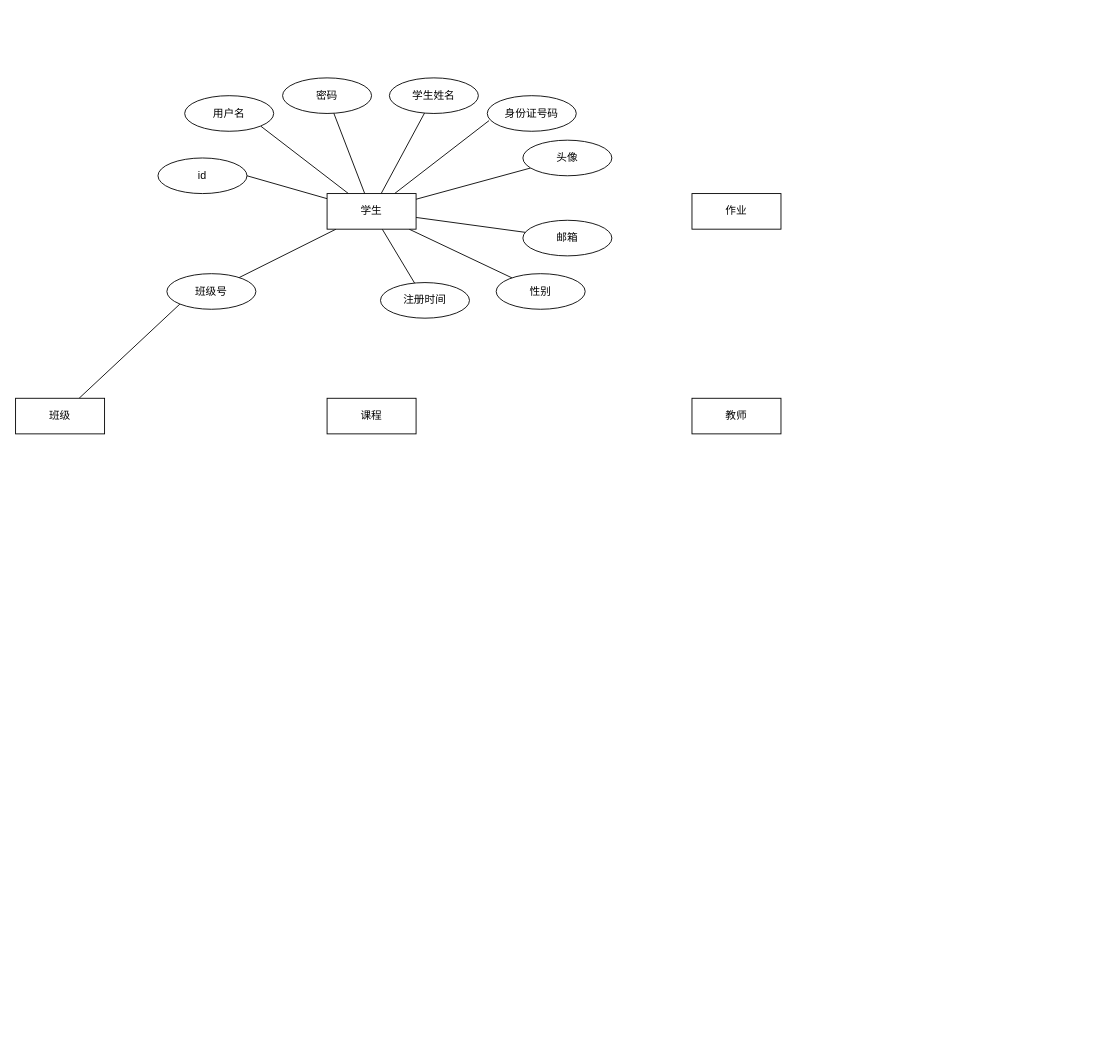
Above: imgs/系统E-R图.drawio in jaclkliao/imgs (draw.io), before the change. Source tidied: cells renumbered, new cells numbered last; positions are measured from the earlier drawing's top-left corner, leaving out a move shared by most shapes. Both pictures are drawn from the tidied source at 89%, with x=0, y=0 at pixel (15, 77).
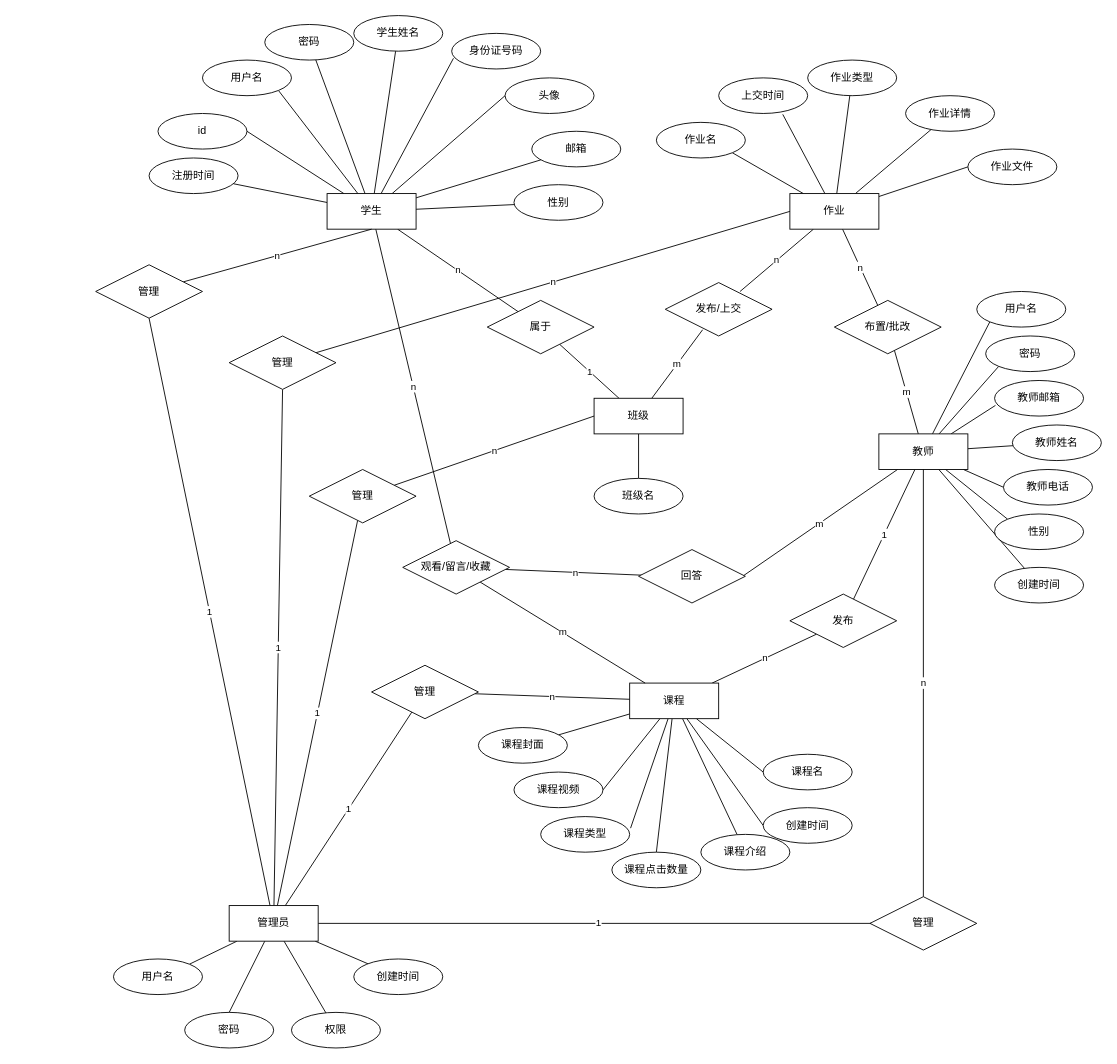
The same diagram, later.

Commit message (it also covers changes not shown here):
更新系统E-R图.drawio

The change refers to these unchanged cells:
```xml
<mxCell id="12" value="学生" style="whiteSpace=wrap;html=1;align=center;" parent="1" vertex="1">
  <mxGeometry x="350" y="130" width="100" height="40" as="geometry" />
</mxCell>
```

The edit, as a diff of the source:
```diff
@@
-    <mxCell id="7" style="edgeStyle=none;rounded=0;jettySize=auto;html=1;endArrow=none;endFill=0;" parent="1" edge="1" source="12" target="21">
+    <mxCell id="7" style="edgeStyle=none;rounded=0;jettySize=auto;html=1;endArrow=none;endFill=0;entryX=0;entryY=0.5;entryDx=0;entryDy=0;" parent="1" edge="1" source="12" target="21">
       <mxGeometry relative="1" as="geometry" />
     </mxCell>
-    <mxCell id="8" style="edgeStyle=none;rounded=0;jettySize=auto;html=1;endArrow=none;endFill=0;" parent="1" edge="1" source="12" target="22">
+    <mxCell id="8" value="n" style="edgeStyle=none;rounded=0;jettySize=auto;html=1;endArrow=none;endFill=0;" parent="1" edge="1" source="12" target="56">
       <mxGeometry relative="1" as="geometry" />
     </mxCell>
@@
+    <mxCell id="28" value="n" style="edgeStyle=none;rounded=0;jettySize=auto;html=1;endArrow=none;endFill=0;" parent="1" edge="1" source="12" target="80">
+      <mxGeometry relative="1" as="geometry" />
+    </mxCell>
@@
+    <mxCell id="29" style="edgeStyle=none;rounded=0;jettySize=auto;html=1;endArrow=none;endFill=0;" parent="1" edge="1" source="13" target="82">
+      <mxGeometry relative="1" as="geometry" />
+    </mxCell>
+    <mxCell id="30" style="edgeStyle=none;rounded=0;jettySize=auto;html=1;entryX=1;entryY=0.5;entryDx=0;entryDy=0;endArrow=none;endFill=0;" parent="1" edge="1" source="13" target="83">
+      <mxGeometry relative="1" as="geometry" />
+    </mxCell>
+    <mxCell id="31" style="edgeStyle=none;rounded=0;jettySize=auto;html=1;entryX=1.01;entryY=0.325;entryDx=0;entryDy=0;entryPerimeter=0;endArrow=none;endFill=0;" parent="1" edge="1" source="13" target="84">
+      <mxGeometry relative="1" as="geometry" />
+    </mxCell>
+    <mxCell id="32" style="edgeStyle=none;rounded=0;jettySize=auto;html=1;entryX=0.5;entryY=0;entryDx=0;entryDy=0;endArrow=none;endFill=0;" parent="1" edge="1" source="13" target="85">
+      <mxGeometry relative="1" as="geometry" />
+    </mxCell>
+    <mxCell id="33" style="edgeStyle=none;rounded=0;jettySize=auto;html=1;endArrow=none;endFill=0;" parent="1" edge="1" source="13" target="86">
+      <mxGeometry relative="1" as="geometry" />
+    </mxCell>
+    <mxCell id="34" style="edgeStyle=none;rounded=0;jettySize=auto;html=1;entryX=0;entryY=0.5;entryDx=0;entryDy=0;endArrow=none;endFill=0;" parent="1" edge="1" source="13" target="87">
+      <mxGeometry relative="1" as="geometry" />
+    </mxCell>
+    <mxCell id="35" style="edgeStyle=none;rounded=0;jettySize=auto;html=1;entryX=0;entryY=0.5;entryDx=0;entryDy=0;endArrow=none;endFill=0;" parent="1" edge="1" source="13" target="81">
+      <mxGeometry relative="1" as="geometry" />
+    </mxCell>
+    <mxCell id="36" value="n" style="edgeStyle=none;rounded=0;jettySize=auto;html=1;entryX=0;entryY=1;entryDx=0;entryDy=0;endArrow=none;endFill=0;" parent="1" edge="1" source="13" target="88">
+      <mxGeometry relative="1" as="geometry" />
+    </mxCell>
     <mxCell id="13" value="课程" style="whiteSpace=wrap;html=1;align=center;" parent="1" vertex="1">
-      <mxGeometry x="350" y="360" width="100" height="40" as="geometry" />
+      <mxGeometry x="690" y="680" width="100" height="40" as="geometry" />
     </mxCell>
+    <mxCell id="37" value="m" style="edgeStyle=none;rounded=0;jettySize=auto;html=1;endArrow=none;endFill=0;" parent="1" edge="1" source="14" target="57">
+      <mxGeometry relative="1" as="geometry" />
+    </mxCell>
+    <mxCell id="38" value="1" style="edgeStyle=none;rounded=0;jettySize=auto;html=1;endArrow=none;endFill=0;" parent="1" edge="1" source="14" target="88">
+      <mxGeometry relative="1" as="geometry" />
+    </mxCell>
+    <mxCell id="39" style="edgeStyle=none;rounded=0;jettySize=auto;html=1;entryX=0;entryY=1;entryDx=0;entryDy=0;endArrow=none;endFill=0;" parent="1" edge="1" source="14" target="89">
+      <mxGeometry relative="1" as="geometry" />
+    </mxCell>
+    <mxCell id="40" style="edgeStyle=none;rounded=0;jettySize=auto;html=1;entryX=0;entryY=1;entryDx=0;entryDy=0;endArrow=none;endFill=0;" parent="1" edge="1" source="14" target="90">
+      <mxGeometry relative="1" as="geometry" />
+    </mxCell>
+    <mxCell id="41" style="edgeStyle=none;rounded=0;jettySize=auto;html=1;entryX=0.01;entryY=0.7;entryDx=0;entryDy=0;entryPerimeter=0;endArrow=none;endFill=0;" parent="1" edge="1" source="14" target="94">
+      <mxGeometry relative="1" as="geometry" />
+    </mxCell>
+    <mxCell id="42" style="edgeStyle=none;rounded=0;jettySize=auto;html=1;endArrow=none;endFill=0;" parent="1" edge="1" source="14" target="91">
+      <mxGeometry relative="1" as="geometry" />
+    </mxCell>
+    <mxCell id="43" style="edgeStyle=none;rounded=0;jettySize=auto;html=1;entryX=0;entryY=0.5;entryDx=0;entryDy=0;endArrow=none;endFill=0;" parent="1" edge="1" source="14" target="92">
+      <mxGeometry relative="1" as="geometry" />
+    </mxCell>
+    <mxCell id="44" style="edgeStyle=none;rounded=0;jettySize=auto;html=1;entryX=0;entryY=0;entryDx=0;entryDy=0;endArrow=none;endFill=0;" parent="1" edge="1" source="14" target="93">
+      <mxGeometry relative="1" as="geometry" />
+    </mxCell>
+    <mxCell id="45" style="edgeStyle=none;rounded=0;jettySize=auto;html=1;endArrow=none;endFill=0;" parent="1" edge="1" source="14" target="95">
+      <mxGeometry relative="1" as="geometry" />
+    </mxCell>
+    <mxCell id="46" value="m" style="edgeStyle=none;rounded=0;jettySize=auto;html=1;entryX=0.95;entryY=0.533;entryDx=0;entryDy=0;entryPerimeter=0;endArrow=none;endFill=0;" parent="1" edge="1" source="14" target="97">
+      <mxGeometry relative="1" as="geometry" />
+    </mxCell>
     <mxCell id="14" value="教师" style="whiteSpace=wrap;html=1;align=center;" parent="1" vertex="1">
-      <mxGeometry x="760" y="360" width="100" height="40" as="geometry" />
+      <mxGeometry x="970" y="400" width="100" height="40" as="geometry" />
     </mxCell>
+    <mxCell id="47" value="n" style="edgeStyle=none;rounded=0;jettySize=auto;html=1;endArrow=none;endFill=0;" parent="1" edge="1" source="15" target="57">
+      <mxGeometry relative="1" as="geometry" />
+    </mxCell>
+    <mxCell id="48" value="n" style="edgeStyle=none;rounded=0;jettySize=auto;html=1;entryX=0.7;entryY=0.167;entryDx=0;entryDy=0;entryPerimeter=0;endArrow=none;endFill=0;" parent="1" edge="1" source="15" target="63">
+      <mxGeometry relative="1" as="geometry" />
+    </mxCell>
+    <mxCell id="49" style="edgeStyle=none;rounded=0;jettySize=auto;html=1;entryX=1;entryY=1;entryDx=0;entryDy=0;endArrow=none;endFill=0;" parent="1" edge="1" source="15" target="62">
+      <mxGeometry relative="1" as="geometry" />
+    </mxCell>
+    <mxCell id="50" style="edgeStyle=none;rounded=0;jettySize=auto;html=1;entryX=0.72;entryY=1.025;entryDx=0;entryDy=0;entryPerimeter=0;endArrow=none;endFill=0;" parent="1" edge="1" source="15" target="59">
+      <mxGeometry relative="1" as="geometry" />
+    </mxCell>
+    <mxCell id="51" style="edgeStyle=none;rounded=0;jettySize=auto;html=1;endArrow=none;endFill=0;" parent="1" edge="1" source="15" target="58">
+      <mxGeometry relative="1" as="geometry" />
+    </mxCell>
+    <mxCell id="52" style="edgeStyle=none;rounded=0;jettySize=auto;html=1;endArrow=none;endFill=0;" parent="1" edge="1" source="15" target="60">
+      <mxGeometry relative="1" as="geometry" />
+    </mxCell>
+    <mxCell id="53" style="edgeStyle=none;rounded=0;jettySize=auto;html=1;entryX=0;entryY=0.5;entryDx=0;entryDy=0;endArrow=none;endFill=0;" parent="1" edge="1" source="15" target="61">
+      <mxGeometry relative="1" as="geometry" />
+    </mxCell>
     <mxCell id="15" value="作业" style="whiteSpace=wrap;html=1;align=center;" parent="1" vertex="1">
-      <mxGeometry x="760" y="130" width="100" height="40" as="geometry" />
+      <mxGeometry x="870" y="130" width="100" height="40" as="geometry" />
     </mxCell>
     <mxCell id="16" value="id" style="ellipse;whiteSpace=wrap;html=1;align=center;" parent="1" vertex="1">
-      <mxGeometry x="160" y="90" width="100" height="40" as="geometry" />
+      <mxGeometry x="160" y="40" width="100" height="40" as="geometry" />
     </mxCell>
     <mxCell id="17" value="用户名" style="ellipse;whiteSpace=wrap;html=1;align=center;" parent="1" vertex="1">
-      <mxGeometry x="190" y="20" width="100" height="40" as="geometry" />
+      <mxGeometry x="210" y="-20" width="100" height="40" as="geometry" />
     </mxCell>
     <mxCell id="18" value="密码" style="ellipse;whiteSpace=wrap;html=1;align=center;" parent="1" vertex="1">
-      <mxGeometry x="300" width="100" height="40" as="geometry" />
+      <mxGeometry x="280" y="-60" width="100" height="40" as="geometry" />
     </mxCell>
     <mxCell id="19" value="学生姓名" style="ellipse;whiteSpace=wrap;html=1;align=center;" parent="1" vertex="1">
-      <mxGeometry x="420" width="100" height="40" as="geometry" />
+      <mxGeometry x="380" y="-70" width="100" height="40" as="geometry" />
     </mxCell>
     <mxCell id="20" value="身份证号码" style="ellipse;whiteSpace=wrap;html=1;align=center;" parent="1" vertex="1">
-      <mxGeometry x="530" y="20" width="100" height="40" as="geometry" />
+      <mxGeometry x="490" y="-50" width="100" height="40" as="geometry" />
     </mxCell>
     <mxCell id="21" value="头像" style="ellipse;whiteSpace=wrap;html=1;align=center;" parent="1" vertex="1">
-      <mxGeometry x="570" y="70" width="100" height="40" as="geometry" />
+      <mxGeometry x="550" width="100" height="40" as="geometry" />
     </mxCell>
-    <mxCell id="22" value="班级号" style="ellipse;whiteSpace=wrap;html=1;align=center;" parent="1" vertex="1">
-      <mxGeometry x="170" y="220" width="100" height="40" as="geometry" />
-    </mxCell>
     <mxCell id="23" value="性别" style="ellipse;whiteSpace=wrap;html=1;align=center;" parent="1" vertex="1">
-      <mxGeometry x="540" y="220" width="100" height="40" as="geometry" />
+      <mxGeometry x="560" y="120" width="100" height="40" as="geometry" />
     </mxCell>
     <mxCell id="24" value="邮箱" style="ellipse;whiteSpace=wrap;html=1;align=center;" parent="1" vertex="1">
-      <mxGeometry x="570" y="160" width="100" height="40" as="geometry" />
+      <mxGeometry x="580" y="60" width="100" height="40" as="geometry" />
     </mxCell>
     <mxCell id="25" value="注册时间" style="ellipse;whiteSpace=wrap;html=1;align=center;" parent="1" vertex="1">
-      <mxGeometry x="410" y="230" width="100" height="40" as="geometry" />
+      <mxGeometry x="150" y="90" width="100" height="40" as="geometry" />
     </mxCell>
-    <mxCell id="26" style="edgeStyle=none;rounded=0;jettySize=auto;html=1;entryX=0;entryY=1;entryDx=0;entryDy=0;endArrow=none;endFill=0;" parent="1" edge="1" source="27" target="22">
+    <mxCell id="26" value="1" style="edgeStyle=none;rounded=0;jettySize=auto;html=1;endArrow=none;endFill=0;" parent="1" edge="1" source="27" target="56">
       <mxGeometry relative="1" as="geometry" />
     </mxCell>
+    <mxCell id="54" value="m" style="edgeStyle=none;rounded=0;jettySize=auto;html=1;entryX=0.35;entryY=0.883;entryDx=0;entryDy=0;endArrow=none;endFill=0;entryPerimeter=0;" parent="1" edge="1" source="27" target="63">
+      <mxGeometry relative="1" as="geometry" />
+    </mxCell>
+    <mxCell id="55" style="edgeStyle=none;rounded=0;jettySize=auto;html=1;entryX=0.5;entryY=0;entryDx=0;entryDy=0;endArrow=none;endFill=0;" parent="1" edge="1" source="27" target="96">
+      <mxGeometry relative="1" as="geometry" />
+    </mxCell>
     <mxCell id="27" value="班级" style="whiteSpace=wrap;html=1;align=center;" parent="1" vertex="1">
-      <mxGeometry y="360" width="100" height="40" as="geometry" />
+      <mxGeometry x="650" y="360" width="100" height="40" as="geometry" />
     </mxCell>
+    <mxCell id="56" value="属于" style="shape=rhombus;perimeter=rhombusPerimeter;whiteSpace=wrap;html=1;align=center;" parent="1" vertex="1">
+      <mxGeometry x="530" y="250" width="120" height="60" as="geometry" />
+    </mxCell>
+    <mxCell id="57" value="布置/批改" style="shape=rhombus;perimeter=rhombusPerimeter;whiteSpace=wrap;html=1;align=center;" parent="1" vertex="1">
+      <mxGeometry x="920" y="250" width="120" height="60" as="geometry" />
+    </mxCell>
+    <mxCell id="58" value="作业类型" style="ellipse;whiteSpace=wrap;html=1;align=center;" parent="1" vertex="1">
+      <mxGeometry x="890" y="-20" width="100" height="40" as="geometry" />
+    </mxCell>
+    <mxCell id="59" value="上交时间" style="ellipse;whiteSpace=wrap;html=1;align=center;" parent="1" vertex="1">
+      <mxGeometry x="790" width="100" height="40" as="geometry" />
+    </mxCell>
+    <mxCell id="60" value="作业详情" style="ellipse;whiteSpace=wrap;html=1;align=center;" parent="1" vertex="1">
+      <mxGeometry x="1000" y="20" width="100" height="40" as="geometry" />
+    </mxCell>
+    <mxCell id="61" value="作业文件" style="ellipse;whiteSpace=wrap;html=1;align=center;" parent="1" vertex="1">
+      <mxGeometry x="1070" y="80" width="100" height="40" as="geometry" />
+    </mxCell>
+    <mxCell id="62" value="作业名" style="ellipse;whiteSpace=wrap;html=1;align=center;" parent="1" vertex="1">
+      <mxGeometry x="720" y="50" width="100" height="40" as="geometry" />
+    </mxCell>
+    <mxCell id="63" value="发布/上交" style="shape=rhombus;perimeter=rhombusPerimeter;whiteSpace=wrap;html=1;align=center;" parent="1" vertex="1">
+      <mxGeometry x="730" y="230" width="120" height="60" as="geometry" />
+    </mxCell>
+    <mxCell id="64" style="edgeStyle=none;rounded=0;jettySize=auto;html=1;entryX=1;entryY=0;entryDx=0;entryDy=0;endArrow=none;endFill=0;" parent="1" edge="1" source="73" target="74">
+      <mxGeometry relative="1" as="geometry" />
+    </mxCell>
+    <mxCell id="65" style="edgeStyle=none;rounded=0;jettySize=auto;html=1;entryX=0.5;entryY=0;entryDx=0;entryDy=0;endArrow=none;endFill=0;" parent="1" edge="1" source="73" target="75">
+      <mxGeometry relative="1" as="geometry" />
+    </mxCell>
+    <mxCell id="66" style="edgeStyle=none;rounded=0;jettySize=auto;html=1;endArrow=none;endFill=0;" parent="1" edge="1" source="73" target="76">
+      <mxGeometry relative="1" as="geometry" />
+    </mxCell>
+    <mxCell id="67" style="edgeStyle=none;rounded=0;jettySize=auto;html=1;endArrow=none;endFill=0;" parent="1" edge="1" source="73" target="77">
+      <mxGeometry relative="1" as="geometry" />
+    </mxCell>
+    <mxCell id="68" value="1" style="edgeStyle=none;rounded=0;jettySize=auto;html=1;entryX=0.5;entryY=1;entryDx=0;entryDy=0;endArrow=none;endFill=0;" parent="1" edge="1" source="73" target="99">
+      <mxGeometry relative="1" as="geometry" />
+    </mxCell>
+    <mxCell id="69" value="1" style="edgeStyle=none;rounded=0;jettySize=auto;html=1;endArrow=none;endFill=0;" parent="1" edge="1" source="73" target="101">
+      <mxGeometry relative="1" as="geometry" />
+    </mxCell>
+    <mxCell id="70" value="1" style="edgeStyle=none;rounded=0;jettySize=auto;html=1;endArrow=none;endFill=0;entryX=0.083;entryY=0.5;entryDx=0;entryDy=0;entryPerimeter=0;" parent="1" edge="1" source="73" target="103">
+      <mxGeometry relative="1" as="geometry" />
+    </mxCell>
+    <mxCell id="71" value="1" style="edgeStyle=none;rounded=0;jettySize=auto;html=1;endArrow=none;endFill=0;" parent="1" edge="1" source="73" target="105">
+      <mxGeometry relative="1" as="geometry" />
+    </mxCell>
+    <mxCell id="72" value="1" style="edgeStyle=none;rounded=0;jettySize=auto;html=1;entryX=0.5;entryY=1;entryDx=0;entryDy=0;endArrow=none;endFill=0;" parent="1" edge="1" source="73" target="107">
+      <mxGeometry relative="1" as="geometry" />
+    </mxCell>
+    <mxCell id="73" value="管理员" style="whiteSpace=wrap;html=1;align=center;" parent="1" vertex="1">
+      <mxGeometry x="240" y="930" width="100" height="40" as="geometry" />
+    </mxCell>
+    <mxCell id="74" value="用户名" style="ellipse;whiteSpace=wrap;html=1;align=center;" parent="1" vertex="1">
+      <mxGeometry x="110" y="990" width="100" height="40" as="geometry" />
+    </mxCell>
+    <mxCell id="75" value="密码" style="ellipse;whiteSpace=wrap;html=1;align=center;" parent="1" vertex="1">
+      <mxGeometry x="190" y="1050" width="100" height="40" as="geometry" />
+    </mxCell>
+    <mxCell id="76" value="权限" style="ellipse;whiteSpace=wrap;html=1;align=center;" parent="1" vertex="1">
+      <mxGeometry x="310" y="1050" width="100" height="40" as="geometry" />
+    </mxCell>
+    <mxCell id="77" value="创建时间" style="ellipse;whiteSpace=wrap;html=1;align=center;" parent="1" vertex="1">
+      <mxGeometry x="380" y="990" width="100" height="40" as="geometry" />
+    </mxCell>
+    <mxCell id="78" value="m" style="edgeStyle=none;rounded=0;jettySize=auto;html=1;endArrow=none;endFill=0;" parent="1" edge="1" source="80" target="13">
+      <mxGeometry relative="1" as="geometry" />
+    </mxCell>
+    <mxCell id="79" value="n" style="edgeStyle=none;rounded=0;jettySize=auto;html=1;entryX=0.075;entryY=0.483;entryDx=0;entryDy=0;entryPerimeter=0;endArrow=none;endFill=0;" parent="1" edge="1" source="80" target="97">
+      <mxGeometry relative="1" as="geometry" />
+    </mxCell>
+    <mxCell id="80" value="观看/留言/收藏" style="shape=rhombus;perimeter=rhombusPerimeter;whiteSpace=wrap;html=1;align=center;" parent="1" vertex="1">
+      <mxGeometry x="435" y="520" width="120" height="60" as="geometry" />
+    </mxCell>
+    <mxCell id="81" value="课程名" style="ellipse;whiteSpace=wrap;html=1;align=center;" parent="1" vertex="1">
+      <mxGeometry x="840" y="760" width="100" height="40" as="geometry" />
+    </mxCell>
+    <mxCell id="82" value="课程封面" style="ellipse;whiteSpace=wrap;html=1;align=center;" parent="1" vertex="1">
+      <mxGeometry x="520" y="730" width="100" height="40" as="geometry" />
+    </mxCell>
+    <mxCell id="83" value="课程视频" style="ellipse;whiteSpace=wrap;html=1;align=center;" parent="1" vertex="1">
+      <mxGeometry x="560" y="780" width="100" height="40" as="geometry" />
+    </mxCell>
+    <mxCell id="84" value="课程类型" style="ellipse;whiteSpace=wrap;html=1;align=center;" parent="1" vertex="1">
+      <mxGeometry x="590" y="830" width="100" height="40" as="geometry" />
+    </mxCell>
+    <mxCell id="85" value="课程点击数量" style="ellipse;whiteSpace=wrap;html=1;align=center;" parent="1" vertex="1">
+      <mxGeometry x="670" y="870" width="100" height="40" as="geometry" />
+    </mxCell>
+    <mxCell id="86" value="课程介绍" style="ellipse;whiteSpace=wrap;html=1;align=center;" parent="1" vertex="1">
+      <mxGeometry x="770" y="850" width="100" height="40" as="geometry" />
+    </mxCell>
+    <mxCell id="87" value="创建时间" style="ellipse;whiteSpace=wrap;html=1;align=center;" parent="1" vertex="1">
+      <mxGeometry x="840" y="820" width="100" height="40" as="geometry" />
+    </mxCell>
+    <mxCell id="88" value="发布" style="shape=rhombus;perimeter=rhombusPerimeter;whiteSpace=wrap;html=1;align=center;" parent="1" vertex="1">
+      <mxGeometry x="870" y="580" width="120" height="60" as="geometry" />
+    </mxCell>
+    <mxCell id="89" value="用户名" style="ellipse;whiteSpace=wrap;html=1;align=center;" parent="1" vertex="1">
+      <mxGeometry x="1080" y="240" width="100" height="40" as="geometry" />
+    </mxCell>
+    <mxCell id="90" value="密码" style="ellipse;whiteSpace=wrap;html=1;align=center;" parent="1" vertex="1">
+      <mxGeometry x="1090" y="290" width="100" height="40" as="geometry" />
+    </mxCell>
+    <mxCell id="91" value="教师姓名" style="ellipse;whiteSpace=wrap;html=1;align=center;" parent="1" vertex="1">
+      <mxGeometry x="1120" y="390" width="100" height="40" as="geometry" />
+    </mxCell>
+    <mxCell id="92" value="教师电话" style="ellipse;whiteSpace=wrap;html=1;align=center;" parent="1" vertex="1">
+      <mxGeometry x="1110" y="440" width="100" height="40" as="geometry" />
+    </mxCell>
+    <mxCell id="93" value="性别" style="ellipse;whiteSpace=wrap;html=1;align=center;" parent="1" vertex="1">
+      <mxGeometry x="1100" y="490" width="100" height="40" as="geometry" />
+    </mxCell>
+    <mxCell id="94" value="教师邮箱" style="ellipse;whiteSpace=wrap;html=1;align=center;" parent="1" vertex="1">
+      <mxGeometry x="1100" y="340" width="100" height="40" as="geometry" />
+    </mxCell>
+    <mxCell id="95" value="创建时间" style="ellipse;whiteSpace=wrap;html=1;align=center;" parent="1" vertex="1">
+      <mxGeometry x="1100" y="550" width="100" height="40" as="geometry" />
+    </mxCell>
+    <mxCell id="96" value="班级名" style="ellipse;whiteSpace=wrap;html=1;align=center;" parent="1" vertex="1">
+      <mxGeometry x="650" y="450" width="100" height="40" as="geometry" />
+    </mxCell>
+    <mxCell id="97" value="回答" style="shape=rhombus;perimeter=rhombusPerimeter;whiteSpace=wrap;html=1;align=center;" parent="1" vertex="1">
+      <mxGeometry x="700" y="530" width="120" height="60" as="geometry" />
+    </mxCell>
+    <mxCell id="98" value="n" style="edgeStyle=none;rounded=0;jettySize=auto;html=1;entryX=0.5;entryY=1;entryDx=0;entryDy=0;endArrow=none;endFill=0;" parent="1" edge="1" source="99" target="12">
+      <mxGeometry relative="1" as="geometry" />
+    </mxCell>
+    <mxCell id="99" value="管理" style="shape=rhombus;perimeter=rhombusPerimeter;whiteSpace=wrap;html=1;align=center;" parent="1" vertex="1">
+      <mxGeometry x="90" y="210" width="120" height="60" as="geometry" />
+    </mxCell>
+    <mxCell id="100" value="n" style="edgeStyle=none;rounded=0;jettySize=auto;html=1;endArrow=none;endFill=0;" parent="1" edge="1" source="101" target="13">
+      <mxGeometry relative="1" as="geometry" />
+    </mxCell>
+    <mxCell id="101" value="管理" style="shape=rhombus;perimeter=rhombusPerimeter;whiteSpace=wrap;html=1;align=center;" parent="1" vertex="1">
+      <mxGeometry x="400" y="660" width="120" height="60" as="geometry" />
+    </mxCell>
+    <mxCell id="102" value="n" style="edgeStyle=none;rounded=0;jettySize=auto;html=1;endArrow=none;endFill=0;" parent="1" edge="1" source="103" target="14">
+      <mxGeometry relative="1" as="geometry" />
+    </mxCell>
+    <mxCell id="103" value="管理" style="shape=rhombus;perimeter=rhombusPerimeter;whiteSpace=wrap;html=1;align=center;" parent="1" vertex="1">
+      <mxGeometry x="960" y="920" width="120" height="60" as="geometry" />
+    </mxCell>
+    <mxCell id="104" value="n" style="edgeStyle=none;rounded=0;jettySize=auto;html=1;endArrow=none;endFill=0;entryX=0;entryY=0.5;entryDx=0;entryDy=0;" parent="1" edge="1" source="105" target="27">
+      <mxGeometry relative="1" as="geometry" />
+    </mxCell>
+    <mxCell id="105" value="管理" style="shape=rhombus;perimeter=rhombusPerimeter;whiteSpace=wrap;html=1;align=center;" parent="1" vertex="1">
+      <mxGeometry x="330" y="440" width="120" height="60" as="geometry" />
+    </mxCell>
+    <mxCell id="106" value="n" style="edgeStyle=none;rounded=0;jettySize=auto;html=1;entryX=0;entryY=0.5;entryDx=0;entryDy=0;endArrow=none;endFill=0;" parent="1" edge="1" source="107" target="15">
+      <mxGeometry relative="1" as="geometry" />
+    </mxCell>
+    <mxCell id="107" value="管理" style="shape=rhombus;perimeter=rhombusPerimeter;whiteSpace=wrap;html=1;align=center;" parent="1" vertex="1">
+      <mxGeometry x="240" y="290" width="120" height="60" as="geometry" />
+    </mxCell>
```
